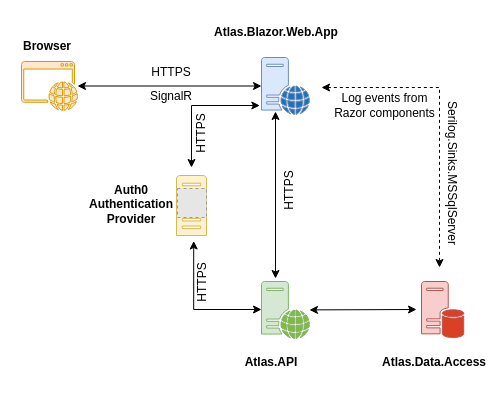
Earlier version of the draw.io diagram readme-images/Atlas_Architecture.drawio (grantcolley/atlas). Source tidied: cells renumbered, new cells numbered last; positions are measured from the earlier drawing's top-left corner, leaving out a move shared by most shapes. Both pictures are drawn from the tidied source at 100%, with x=0, y=0 at pixel (17, 17). Pictures stored in the file or linked from it are replaced by grey dashed boxes.
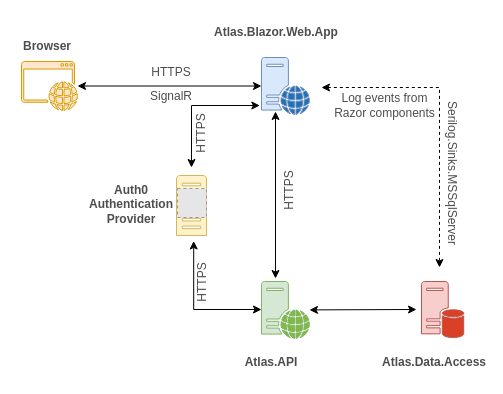
After the change.

Change to the diagram source:
```diff
@@
-    <mxCell id="13" value="Atlas.&lt;span style=&quot;background-color: initial;&quot;&gt;API&lt;/span&gt;" style="text;html=1;align=center;verticalAlign=middle;whiteSpace=wrap;rounded=0;fontStyle=1;" parent="1" vertex="1">
+    <mxCell id="13" value="Atlas.&lt;span style=&quot;background-color: initial;&quot;&gt;API&lt;/span&gt;" style="text;html=1;align=center;verticalAlign=middle;whiteSpace=wrap;rounded=0;fontStyle=1;fontColor=#4D4D4D;" parent="1" vertex="1">
       <mxGeometry x="224" y="330" width="60" height="30" as="geometry" />
     </mxCell>
-    <mxCell id="14" value="Atlas.Blazor.Web.App" style="text;html=1;align=center;verticalAlign=middle;whiteSpace=wrap;rounded=0;fontStyle=1;" parent="1" vertex="1">
+    <mxCell id="14" value="Atlas.Blazor.Web.App" style="text;html=1;align=center;verticalAlign=middle;whiteSpace=wrap;rounded=0;fontStyle=1;fontColor=#4D4D4D;" parent="1" vertex="1">
       <mxGeometry x="224" width="70" height="30" as="geometry" />
     </mxCell>
-    <mxCell id="15" value="Atlas.Data.Access" style="text;html=1;align=center;verticalAlign=middle;whiteSpace=wrap;rounded=0;fontStyle=1;" parent="1" vertex="1">
+    <mxCell id="15" value="Atlas.Data.Access" style="text;html=1;align=center;verticalAlign=middle;whiteSpace=wrap;rounded=0;fontStyle=1;fontColor=#4D4D4D;" parent="1" vertex="1">
       <mxGeometry x="387" y="330" width="60" height="30" as="geometry" />
     </mxCell>
-    <mxCell id="16" value="Browser" style="text;html=1;align=center;verticalAlign=middle;whiteSpace=wrap;rounded=0;fontStyle=1;" parent="1" vertex="1">
+    <mxCell id="16" value="Browser" style="text;html=1;align=center;verticalAlign=middle;whiteSpace=wrap;rounded=0;fontStyle=1;fontColor=#4D4D4D;" parent="1" vertex="1">
       <mxGeometry y="14" width="60" height="30" as="geometry" />
     </mxCell>
-    <mxCell id="17" value="Auth0&lt;div&gt;Authentication Provider&lt;/div&gt;" style="text;html=1;align=center;verticalAlign=middle;whiteSpace=wrap;rounded=0;fontStyle=1;" parent="1" vertex="1">
+    <mxCell id="17" value="Auth0&lt;div&gt;Authentication Provider&lt;/div&gt;" style="text;html=1;align=center;verticalAlign=middle;whiteSpace=wrap;rounded=0;fontStyle=1;fontColor=#4D4D4D;" parent="1" vertex="1">
       <mxGeometry x="84" y="172" width="60" height="30" as="geometry" />
     </mxCell>
-    <mxCell id="18" value="SignalR" style="text;html=1;align=center;verticalAlign=middle;whiteSpace=wrap;rounded=0;" parent="1" vertex="1">
+    <mxCell id="18" value="SignalR" style="text;html=1;align=center;verticalAlign=middle;whiteSpace=wrap;rounded=0;fontColor=#4D4D4D;" parent="1" vertex="1">
       <mxGeometry x="124" y="64" width="60" height="30" as="geometry" />
     </mxCell>
-    <mxCell id="19" value="HTTPS" style="text;html=1;align=center;verticalAlign=middle;whiteSpace=wrap;rounded=0;" parent="1" vertex="1">
+    <mxCell id="19" value="HTTPS" style="text;html=1;align=center;verticalAlign=middle;whiteSpace=wrap;rounded=0;fontColor=#4D4D4D;" parent="1" vertex="1">
       <mxGeometry x="124" y="40" width="60" height="30" as="geometry" />
     </mxCell>
-    <mxCell id="20" value="HTTPS" style="text;html=1;align=center;verticalAlign=middle;whiteSpace=wrap;rounded=0;rotation=-90;" parent="1" vertex="1">
+    <mxCell id="20" value="HTTPS" style="text;html=1;align=center;verticalAlign=middle;whiteSpace=wrap;rounded=0;rotation=-90;fontColor=#4D4D4D;" parent="1" vertex="1">
       <mxGeometry x="242" y="158" width="60" height="30" as="geometry" />
     </mxCell>
-    <mxCell id="21" value="HTTPS" style="text;html=1;align=center;verticalAlign=middle;whiteSpace=wrap;rounded=0;rotation=-90;" parent="1" vertex="1">
+    <mxCell id="21" value="HTTPS" style="text;html=1;align=center;verticalAlign=middle;whiteSpace=wrap;rounded=0;rotation=-90;fontColor=#4D4D4D;" parent="1" vertex="1">
       <mxGeometry x="154" y="101" width="60" height="30" as="geometry" />
     </mxCell>
-    <mxCell id="22" value="HTTPS" style="text;html=1;align=center;verticalAlign=middle;whiteSpace=wrap;rounded=0;rotation=-90;" parent="1" vertex="1">
+    <mxCell id="22" value="HTTPS" style="text;html=1;align=center;verticalAlign=middle;whiteSpace=wrap;rounded=0;rotation=-90;fontColor=#4D4D4D;" parent="1" vertex="1">
       <mxGeometry x="155" y="250" width="60" height="30" as="geometry" />
     </mxCell>
@@
-    <mxCell id="24" value="Serilog.Sinks.MSSqlServer" style="text;html=1;align=center;verticalAlign=middle;whiteSpace=wrap;rounded=0;rotation=90;" parent="1" vertex="1">
+    <mxCell id="24" value="Serilog.Sinks.MSSqlServer" style="text;html=1;align=center;verticalAlign=middle;whiteSpace=wrap;rounded=0;rotation=90;fontColor=#4D4D4D;" parent="1" vertex="1">
       <mxGeometry x="362" y="141" width="146" height="30" as="geometry" />
     </mxCell>
-    <mxCell id="25" value="Log events from Razor components" style="text;html=1;align=center;verticalAlign=middle;whiteSpace=wrap;rounded=0;rotation=0;" parent="1" vertex="1">
+    <mxCell id="25" value="Log events from Razor components" style="text;html=1;align=center;verticalAlign=middle;whiteSpace=wrap;rounded=0;rotation=0;fontColor=#4D4D4D;" parent="1" vertex="1">
       <mxGeometry x="309" y="73" width="117" height="30" as="geometry" />
     </mxCell>
```
